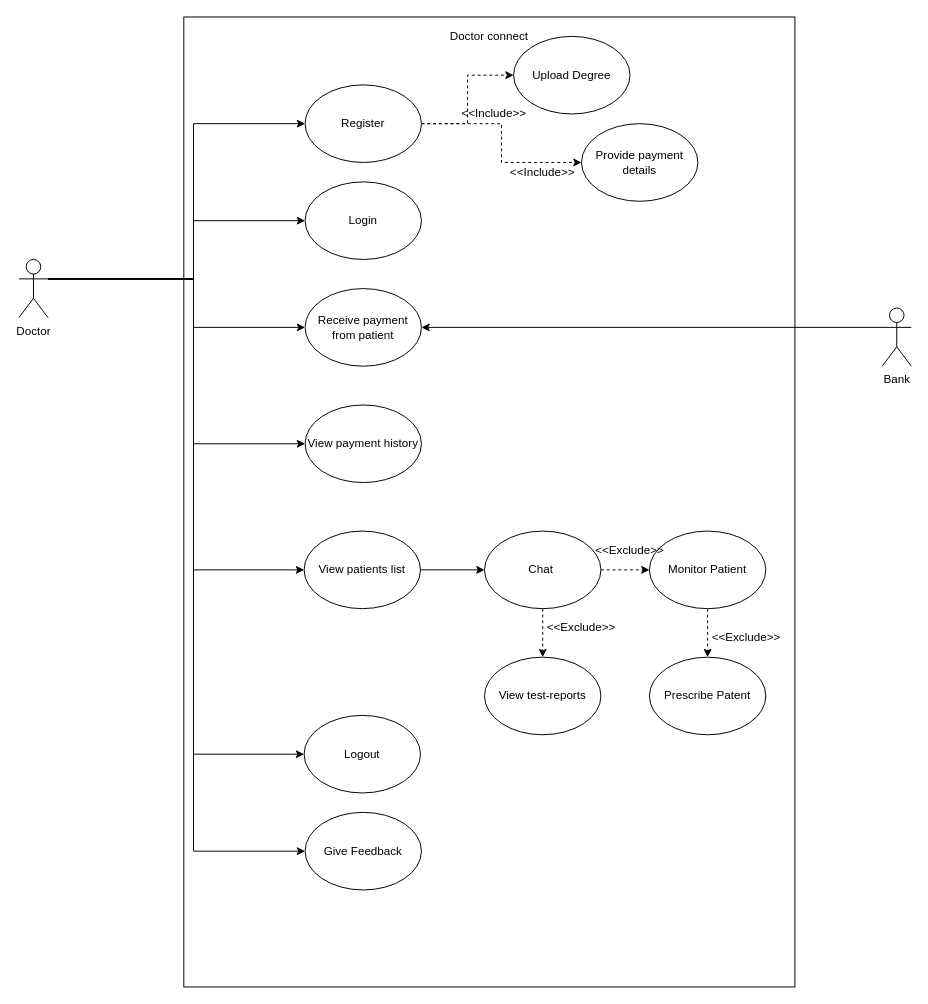
Before: page "doctor" (2 of 5) of STQA.drawio in MohitBurkule/doctorconnect, a draw.io diagram. Source tidied: cells renumbered, new cells numbered last; positions are measured from the earlier drawing's top-left corner, leaving out a move shared by most shapes. Both pictures are drawn from the tidied source at 97%, with x=0, y=0 at pixel (18, 16).
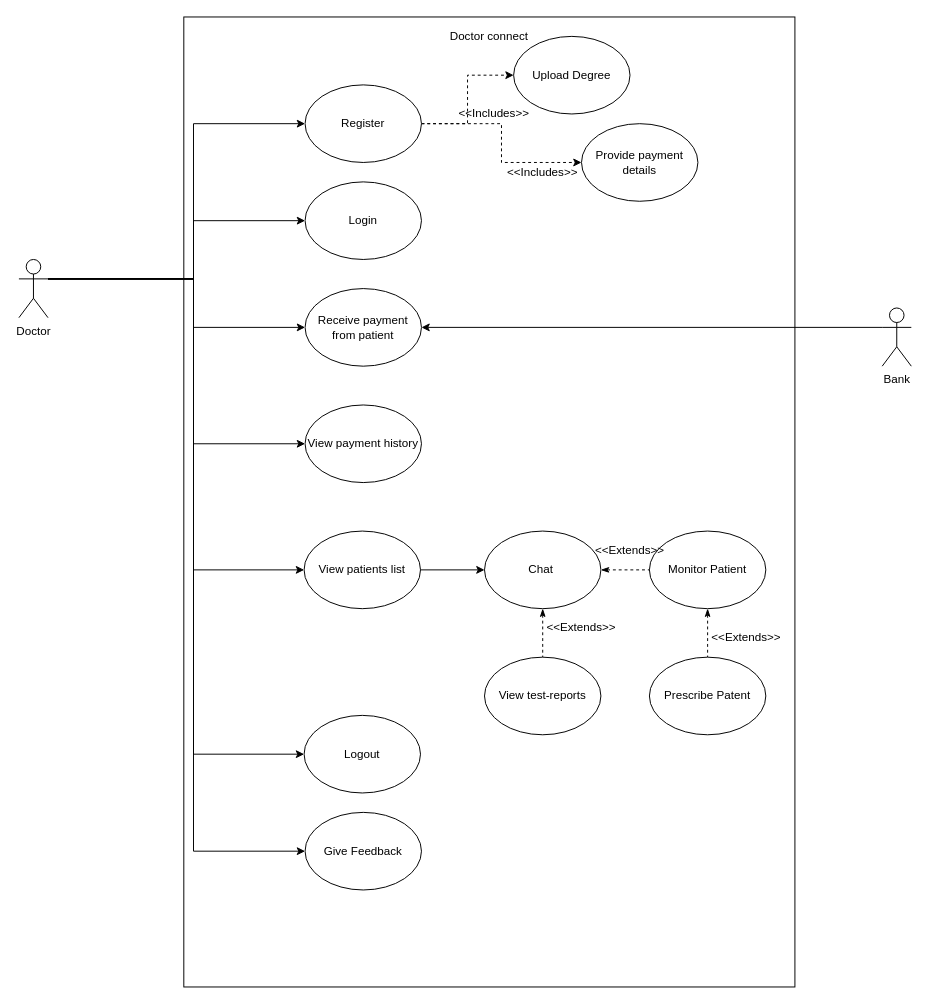
The same page after the edit.

Commit message (it also covers changes not shown here):
corrented includes extends relationship

The change refers to these unchanged cells:
```xml
<mxCell id="22" value="Chat&amp;nbsp;" style="ellipse;whiteSpace=wrap;html=1;" parent="1" vertex="1">
  <mxGeometry x="480" y="530" width="120" height="80" as="geometry" />
</mxCell>
<mxCell id="29" value="Monitor Patient" style="ellipse;whiteSpace=wrap;html=1;" parent="1" vertex="1">
  <mxGeometry x="650" y="530" width="120" height="80" as="geometry" />
</mxCell>
<mxCell id="30" value="Prescribe Patent" style="ellipse;whiteSpace=wrap;html=1;" parent="1" vertex="1">
  <mxGeometry x="650" y="660" width="120" height="80" as="geometry" />
</mxCell>
<mxCell id="31" value="View test-reports" style="ellipse;whiteSpace=wrap;html=1;" parent="1" vertex="1">
  <mxGeometry x="480" y="660" width="120" height="80" as="geometry" />
</mxCell>
```

What changed in the source:
```diff
@@
-    <mxCell id="20" style="edgeStyle=orthogonalEdgeStyle;rounded=0;jettySize=auto;html=1;exitX=1;exitY=0.5;exitDx=0;exitDy=0;entryX=0;entryY=0.5;entryDx=0;entryDy=0;dashed=1;" parent="1" edge="1" source="22" target="29">
+    <mxCell id="20" style="edgeStyle=orthogonalEdgeStyle;rounded=0;jettySize=auto;html=1;exitX=1;exitY=0.5;exitDx=0;exitDy=0;entryX=0;entryY=0.5;entryDx=0;entryDy=0;dashed=1;startArrow=classicThin;startFill=1;endArrow=none;endFill=0;" parent="1" edge="1" source="22" target="29">
       <mxGeometry relative="1" as="geometry" />
     </mxCell>
-    <mxCell id="21" style="edgeStyle=orthogonalEdgeStyle;rounded=0;jettySize=auto;html=1;exitX=0.5;exitY=1;exitDx=0;exitDy=0;entryX=0.5;entryY=0;entryDx=0;entryDy=0;dashed=1;" parent="1" edge="1" source="22" target="31">
+    <mxCell id="21" style="edgeStyle=orthogonalEdgeStyle;rounded=0;jettySize=auto;html=1;exitX=0.5;exitY=1;exitDx=0;exitDy=0;entryX=0.5;entryY=0;entryDx=0;entryDy=0;dashed=1;startArrow=classicThin;startFill=1;endArrow=none;endFill=0;" parent="1" edge="1" source="22" target="31">
       <mxGeometry relative="1" as="geometry" />
     </mxCell>
@@
-    <mxCell id="28" style="edgeStyle=orthogonalEdgeStyle;rounded=0;jettySize=auto;html=1;exitX=0.5;exitY=1;exitDx=0;exitDy=0;entryX=0.5;entryY=0;entryDx=0;entryDy=0;dashed=1;" parent="1" edge="1" source="29" target="30">
+    <mxCell id="28" style="edgeStyle=orthogonalEdgeStyle;rounded=0;jettySize=auto;html=1;exitX=0.5;exitY=1;exitDx=0;exitDy=0;entryX=0.5;entryY=0;entryDx=0;entryDy=0;dashed=1;startArrow=classicThin;startFill=1;endArrow=none;endFill=0;" parent="1" edge="1" source="29" target="30">
       <mxGeometry relative="1" as="geometry" />
     </mxCell>
@@
-    <mxCell id="33" value="&amp;lt;&amp;lt;Include&amp;gt;&amp;gt;" style="text;html=1;strokeColor=none;fillColor=none;align=center;verticalAlign=middle;whiteSpace=wrap;rounded=0;" parent="1" vertex="1">
+    <mxCell id="33" value="&amp;lt;&amp;lt;Includes&amp;gt;&amp;gt;" style="text;html=1;strokeColor=none;fillColor=none;align=center;verticalAlign=middle;whiteSpace=wrap;rounded=0;" parent="1" vertex="1">
       <mxGeometry x="470" y="90" width="40" height="20" as="geometry" />
     </mxCell>
-    <mxCell id="34" value="&amp;lt;&amp;lt;Include&amp;gt;&amp;gt;" style="text;html=1;strokeColor=none;fillColor=none;align=center;verticalAlign=middle;whiteSpace=wrap;rounded=0;" parent="1" vertex="1">
+    <mxCell id="34" value="&amp;lt;&amp;lt;Includes&amp;gt;&amp;gt;" style="text;html=1;strokeColor=none;fillColor=none;align=center;verticalAlign=middle;whiteSpace=wrap;rounded=0;" parent="1" vertex="1">
       <mxGeometry x="520" y="150" width="40" height="20" as="geometry" />
     </mxCell>
-    <mxCell id="35" value="&amp;lt;&amp;lt;Exclude&amp;gt;&amp;gt;" style="text;html=1;strokeColor=none;fillColor=none;align=center;verticalAlign=middle;whiteSpace=wrap;rounded=0;" parent="1" vertex="1">
+    <mxCell id="35" value="&amp;lt;&amp;lt;Extends&amp;gt;&amp;gt;" style="text;html=1;strokeColor=none;fillColor=none;align=center;verticalAlign=middle;whiteSpace=wrap;rounded=0;" parent="1" vertex="1">
       <mxGeometry x="610" y="540" width="40" height="20" as="geometry" />
     </mxCell>
-    <mxCell id="36" value="&amp;lt;&amp;lt;Exclude&amp;gt;&amp;gt;" style="text;html=1;strokeColor=none;fillColor=none;align=center;verticalAlign=middle;whiteSpace=wrap;rounded=0;" parent="1" vertex="1">
+    <mxCell id="36" value="&amp;lt;&amp;lt;Extends&amp;gt;&amp;gt;" style="text;html=1;strokeColor=none;fillColor=none;align=center;verticalAlign=middle;whiteSpace=wrap;rounded=0;" parent="1" vertex="1">
       <mxGeometry x="560" y="620" width="40" height="20" as="geometry" />
     </mxCell>
-    <mxCell id="37" value="&amp;lt;&amp;lt;Exclude&amp;gt;&amp;gt;" style="text;html=1;strokeColor=none;fillColor=none;align=center;verticalAlign=middle;whiteSpace=wrap;rounded=0;" parent="1" vertex="1">
+    <mxCell id="37" value="&amp;lt;&amp;lt;Extends&amp;gt;&amp;gt;" style="text;html=1;strokeColor=none;fillColor=none;align=center;verticalAlign=middle;whiteSpace=wrap;rounded=0;" parent="1" vertex="1">
       <mxGeometry x="730" y="630" width="40" height="20" as="geometry" />
     </mxCell>
```
